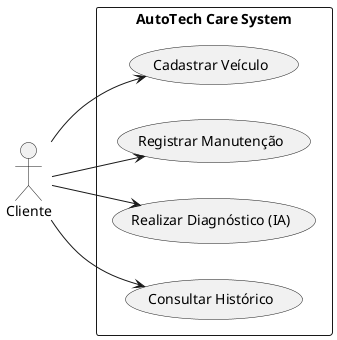
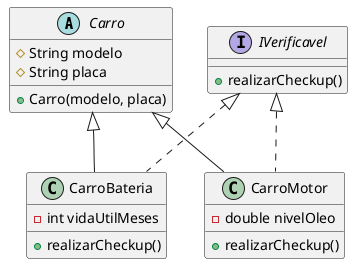
- // A. Diagrama de Caso de Uso: focado na interação do motorista com as funcionalidades principais.
- @startuml
- left to right direction
- actor "Cliente" as C
- 
- rectangle "AutoTech Care System" {
-   usecase "Cadastrar Veículo" as UC1
-   usecase "Registrar Manutenção" as UC2
-   usecase "Realizar Diagnóstico (IA)" as UC3
-   usecase "Consultar Histórico" as UC4
- }
- 
- C --> UC1
- C --> UC2
- C --> UC3
- C --> UC4
- @enduml
- 
-   // B. Diagrama de Classes: utilizando a hierarquia que definimos (Herança e Interface).
+ // B. Diagrama de Classes: utilizando a hierarquia que definimos (Herança e Interface).
  @startuml
abstract class Carro {
    # String modelo
    # String placa
    + Carro(modelo, placa)
}

interface IVerificavel {
    + realizarCheckup()
}

class CarroBateria {
    - int vidaUtilMeses
    + realizarCheckup()
}

class CarroMotor {
    - double nivelOleo
    + realizarCheckup()
}

Carro <|-- CarroBateria
Carro <|-- CarroMotor
IVerificavel <|.. CarroBateria
IVerificavel <|.. CarroMotor
@enduml
- 
-   // C. Diagrama de Sequência (Caso de Uso: Diagnóstico): este diagrama mostra a "conversa" entre os objetos quando o usuário pede um diagnóstico.
-   @startuml
- title Diagrama de Classes - AutoTech Care
- 
- left to right direction
- 
- ' Classes principais
- abstract class Carro {
-     # modelo: String
-     # placa: String
- }
- 
- class CarroBateria {
-     - vidaUtilMeses: int
-     + realizarCheckup(): String
- }
- 
- class CarroMotor {
-     - nivelOleo: double
-     + realizarCheckup(): String
- }
- 
- interface IVerificavel {
-     + realizarCheckup(): String
- }
- 
- class HistoricoManutencao {
-     - data: Date
-     - descricao: String
-     - carro: Carro
-     + gerarRelatorio(): void
- }
- 
- ' Relações estruturais
- Carro <|-- CarroBateria
- Carro <|-- CarroMotor
- IVerificavel <|.. CarroBateria
- IVerificavel <|.. CarroMotor
- 
- HistoricoManutencao "*" --> "1" Carro : registrado_para
- @enduml
